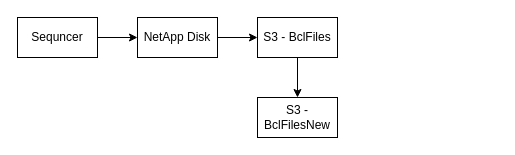
Before: Tenx_Data_Pipeline.drawio in NagarajBM/Regeneron, a draw.io diagram. Source tidied: cells renumbered, new cells numbered last; positions are measured from the earlier drawing's top-left corner, leaving out a move shared by most shapes. Both pictures are drawn from the tidied source at 100%, with x=0, y=0 at pixel (17, 17).
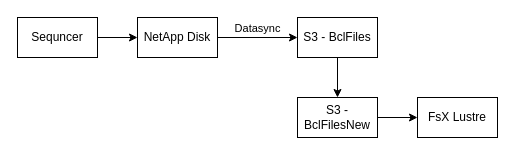
The same page after the edit.

Change to the diagram source:
```diff
@@
 <mxGraphModel>
   <root>
     <mxCell id="0" />
     <mxCell id="1" parent="0" />
     <mxCell id="2" style="edgeStyle=orthogonalEdgeStyle;rounded=0;jettySize=auto;html=1;" parent="1" edge="1" source="3" target="5">
       <mxGeometry relative="1" as="geometry" />
     </mxCell>
     <mxCell id="3" value="Sequncer" style="rounded=0;whiteSpace=wrap;html=1;fillColor=none;" parent="1" vertex="1">
       <mxGeometry width="80" height="40" as="geometry" />
     </mxCell>
-    <mxCell id="4" style="edgeStyle=orthogonalEdgeStyle;rounded=0;jettySize=auto;html=1;" parent="1" edge="1" source="5" target="7">
+    <mxCell id="4" value="Datasync" style="edgeStyle=orthogonalEdgeStyle;rounded=0;jettySize=auto;html=1;horizontal=1;verticalAlign=bottom;" parent="1" edge="1" source="5" target="7">
       <mxGeometry relative="1" as="geometry" />
     </mxCell>
     <mxCell id="5" value="NetApp Disk" style="rounded=0;whiteSpace=wrap;html=1;fillColor=none;" parent="1" vertex="1">
       <mxGeometry x="120" width="80" height="40" as="geometry" />
     </mxCell>
     <mxCell id="6" style="edgeStyle=orthogonalEdgeStyle;rounded=0;jettySize=auto;html=1;" parent="1" edge="1" source="7" target="8">
       <mxGeometry relative="1" as="geometry" />
     </mxCell>
     <mxCell id="7" value="S3 - BclFiles" style="rounded=0;whiteSpace=wrap;html=1;fillColor=none;" parent="1" vertex="1">
-      <mxGeometry x="240" width="80" height="40" as="geometry" />
+      <mxGeometry x="280" width="80" height="40" as="geometry" />
     </mxCell>
+    <mxCell id="9" style="edgeStyle=orthogonalEdgeStyle;rounded=0;jettySize=auto;html=1;" parent="1" edge="1" source="8" target="10">
+      <mxGeometry relative="1" as="geometry" />
+    </mxCell>
     <mxCell id="8" value="S3 - BclFilesNew" style="rounded=0;whiteSpace=wrap;html=1;fillColor=none;" parent="1" vertex="1">
-      <mxGeometry x="240" y="80" width="80" height="40" as="geometry" />
+      <mxGeometry x="280" y="80" width="80" height="40" as="geometry" />
     </mxCell>
+    <mxCell id="10" value="FsX Lustre" style="rounded=0;whiteSpace=wrap;html=1;fillColor=none;" parent="1" vertex="1">
+      <mxGeometry x="400" y="80" width="80" height="40" as="geometry" />
+    </mxCell>
   </root>
 </mxGraphModel>
```
